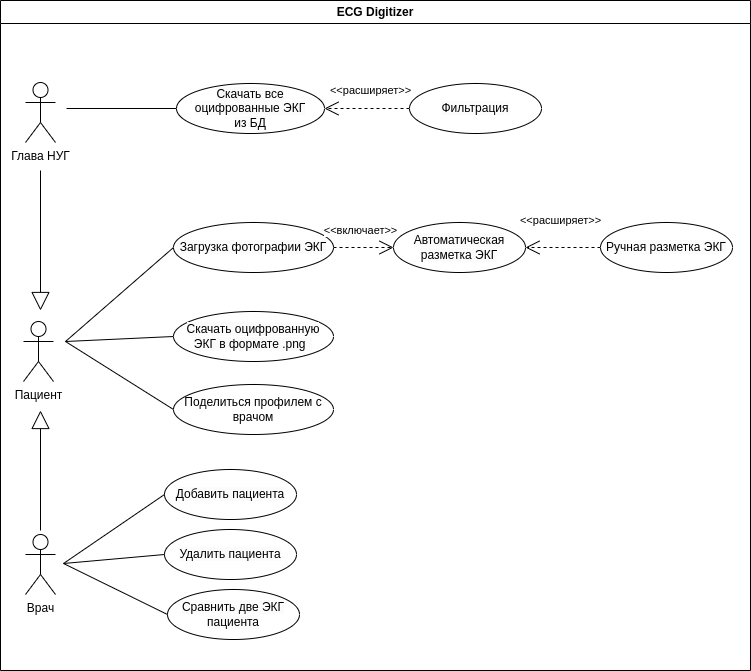
Before: LabWork1/docs/usecase.png, a diagram exported from draw.io (ctpemho7/SoftwareArchitecture). Source tidied: cells renumbered, new cells last; positions are measured from the earlier drawing's top-left corner, leaving out a move shared by most shapes.
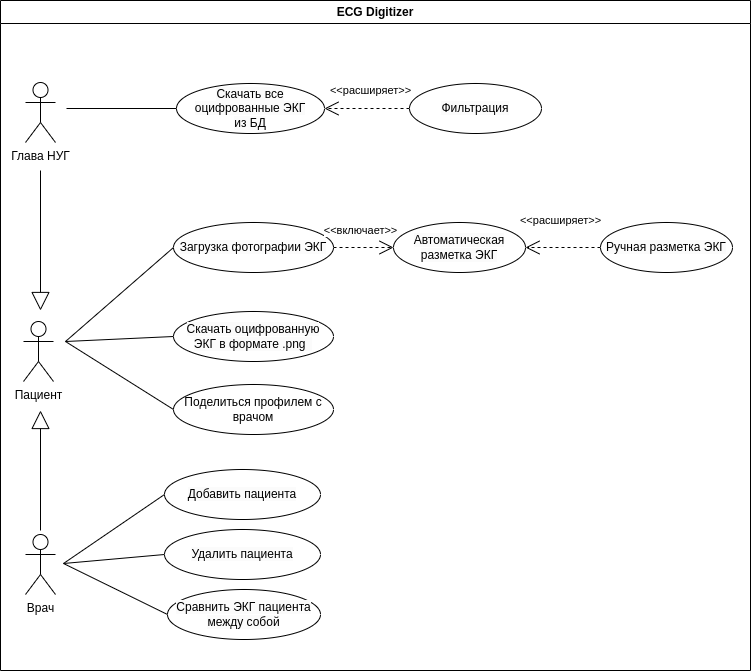
The same diagram one commit later.

Diff of the diagram source:
```diff
@@ -68,7 +68,7 @@
       <mxGeometry x="25" y="534" width="30" height="60" as="geometry" />
     </mxCell>
     <mxCell id="20" value="&lt;span style=&quot;color: rgb(0, 0, 0); font-family: Helvetica; font-size: 12px; font-style: normal; font-variant-ligatures: normal; font-variant-caps: normal; font-weight: 400; letter-spacing: normal; orphans: 2; text-align: center; text-indent: 0px; text-transform: none; widows: 2; word-spacing: 0px; -webkit-text-stroke-width: 0px; background-color: rgb(251, 251, 251); text-decoration-thickness: initial; text-decoration-style: initial; text-decoration-color: initial; float: none; display: inline !important;&quot;&gt;Добавить пациента&lt;br&gt;&lt;/span&gt;" style="ellipse;whiteSpace=wrap;html=1;" parent="1" vertex="1">
-      <mxGeometry x="164" y="469" width="132" height="50" as="geometry" />
+      <mxGeometry x="164" y="469" width="156" height="50" as="geometry" />
     </mxCell>
     <mxCell id="21" style="endArrow=none;html=1;rounded=0;entryX=0;entryY=0.5;entryDx=0;entryDy=0;" parent="1" edge="1" target="20">
       <mxGeometry relative="1" as="geometry">
@@ -82,15 +82,15 @@
       </mxGeometry>
     </mxCell>
     <mxCell id="23" value="&lt;span style=&quot;color: rgb(0, 0, 0); font-family: Helvetica; font-size: 12px; font-style: normal; font-variant-ligatures: normal; font-variant-caps: normal; font-weight: 400; letter-spacing: normal; orphans: 2; text-align: center; text-indent: 0px; text-transform: none; widows: 2; word-spacing: 0px; -webkit-text-stroke-width: 0px; background-color: rgb(251, 251, 251); text-decoration-thickness: initial; text-decoration-style: initial; text-decoration-color: initial; float: none; display: inline !important;&quot;&gt;Удалить пациента&lt;br&gt;&lt;/span&gt;" style="ellipse;whiteSpace=wrap;html=1;" parent="1" vertex="1">
-      <mxGeometry x="164" y="529" width="132" height="50" as="geometry" />
+      <mxGeometry x="164" y="529" width="156" height="50" as="geometry" />
     </mxCell>
     <mxCell id="24" style="endArrow=none;html=1;rounded=0;entryX=0;entryY=0.5;entryDx=0;entryDy=0;" parent="1" edge="1" target="23">
       <mxGeometry relative="1" as="geometry">
         <mxPoint x="63" y="563" as="sourcePoint" />
       </mxGeometry>
     </mxCell>
-    <mxCell id="25" value="&lt;span style=&quot;color: rgb(0, 0, 0); font-family: Helvetica; font-size: 12px; font-style: normal; font-variant-ligatures: normal; font-variant-caps: normal; font-weight: 400; letter-spacing: normal; orphans: 2; text-align: center; text-indent: 0px; text-transform: none; widows: 2; word-spacing: 0px; -webkit-text-stroke-width: 0px; background-color: rgb(251, 251, 251); text-decoration-thickness: initial; text-decoration-style: initial; text-decoration-color: initial; float: none; display: inline !important;&quot;&gt;Сравнить две ЭКГ пациента&lt;br&gt;&lt;/span&gt;" style="ellipse;whiteSpace=wrap;html=1;" parent="1" vertex="1">
-      <mxGeometry x="167" y="589" width="132" height="50" as="geometry" />
+    <mxCell id="25" value="&lt;span style=&quot;color: rgb(0, 0, 0); font-family: Helvetica; font-size: 12px; font-style: normal; font-variant-ligatures: normal; font-variant-caps: normal; font-weight: 400; letter-spacing: normal; orphans: 2; text-align: center; text-indent: 0px; text-transform: none; widows: 2; word-spacing: 0px; -webkit-text-stroke-width: 0px; background-color: rgb(251, 251, 251); text-decoration-thickness: initial; text-decoration-style: initial; text-decoration-color: initial; float: none; display: inline !important;&quot;&gt;Сравнить ЭКГ пациента между собой&lt;br&gt;&lt;/span&gt;" style="ellipse;whiteSpace=wrap;html=1;" parent="1" vertex="1">
+      <mxGeometry x="167" y="589" width="153" height="50" as="geometry" />
     </mxCell>
     <mxCell id="26" style="endArrow=none;html=1;rounded=0;entryX=0;entryY=0.5;entryDx=0;entryDy=0;" parent="1" edge="1" target="25">
       <mxGeometry relative="1" as="geometry">
```
